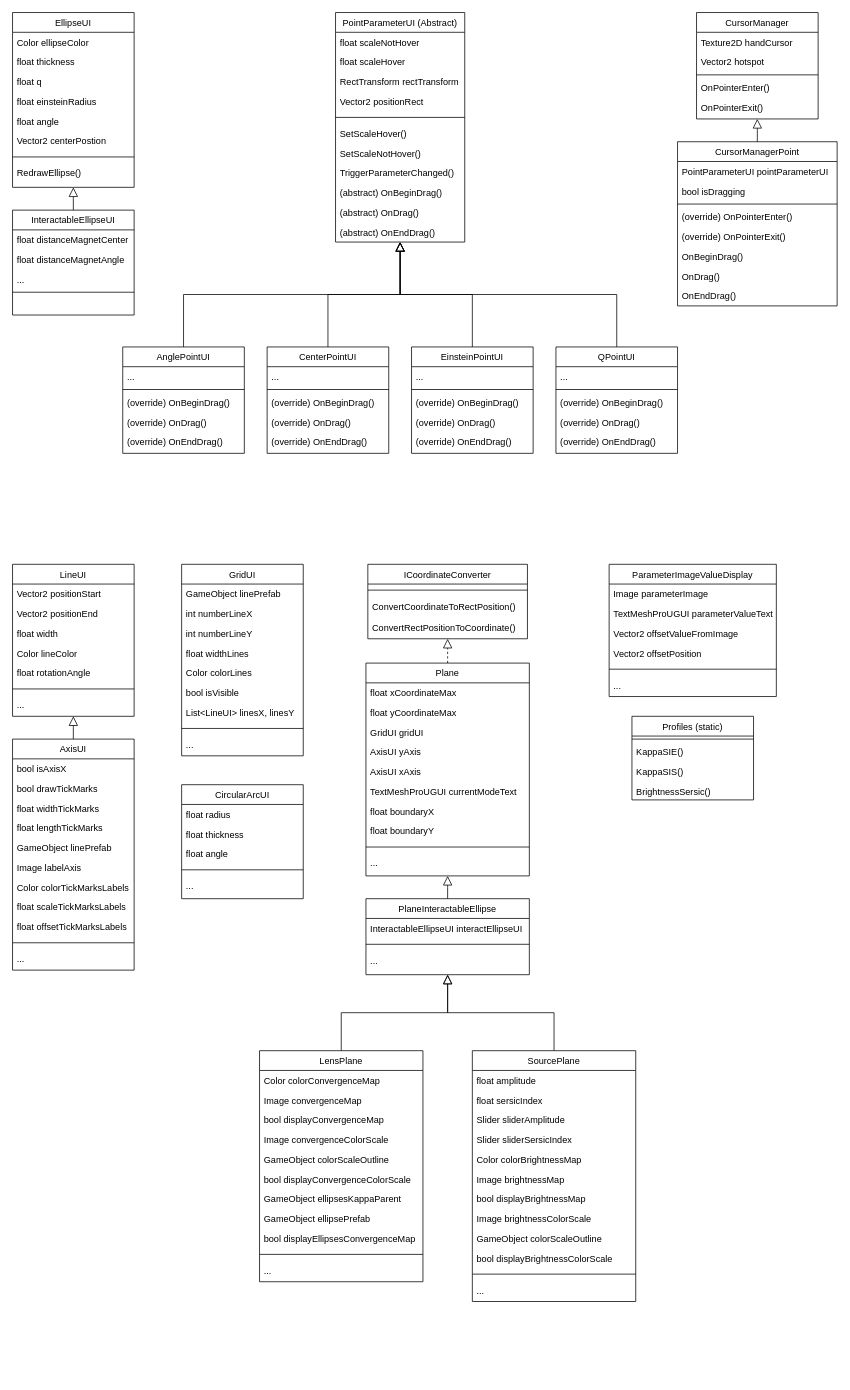
Earlier version of the draw.io diagram IGLOO_Diagram.drawio (shoutizix/DiagramIGLOO). Source tidied: cells renumbered, new cells numbered last; positions are measured from the earlier drawing's top-left corner, leaving out a move shared by most shapes. Both pictures are drawn from the tidied source at 76%, with x=0, y=0 at pixel (12, 12).
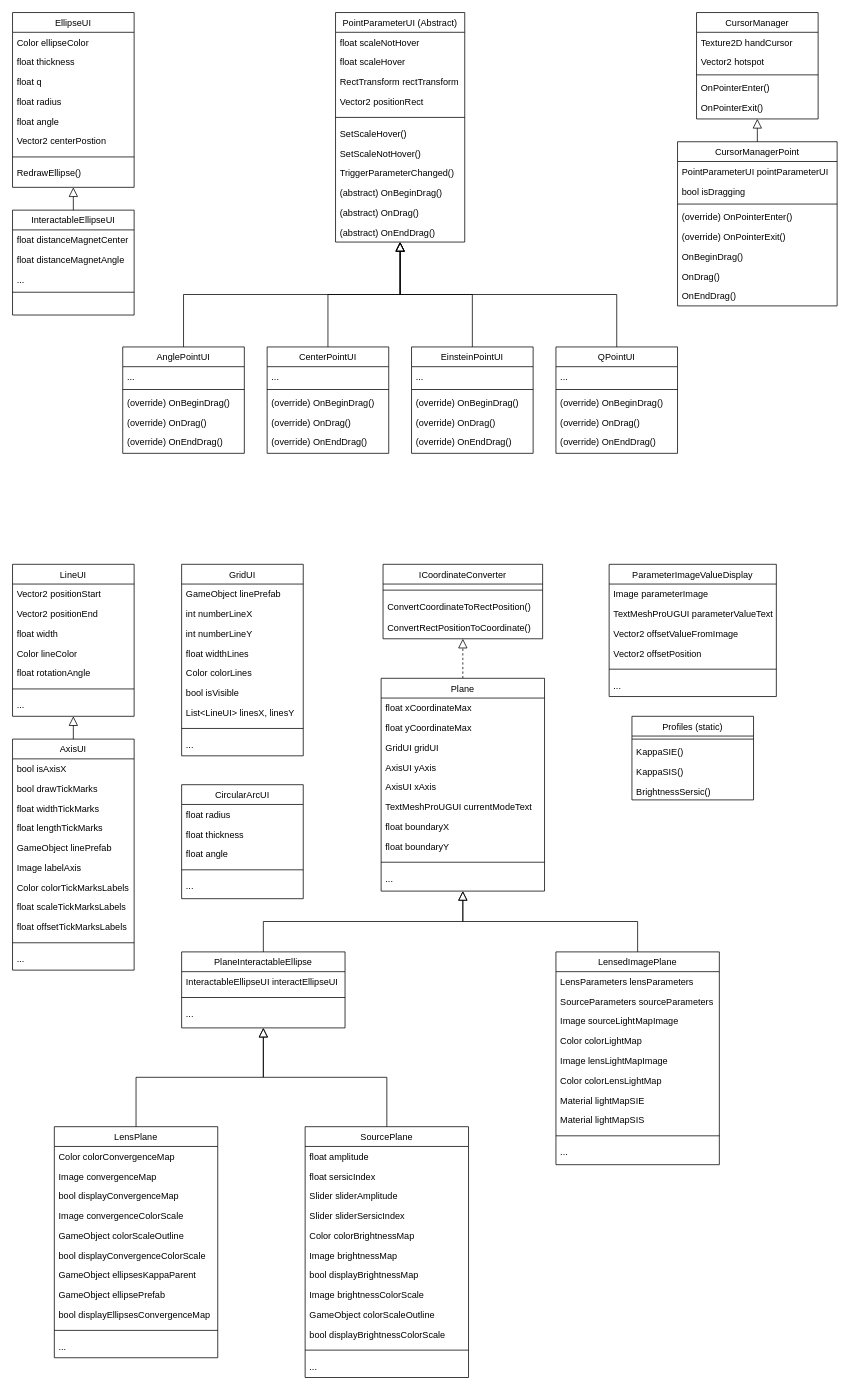
The same diagram, later.

Commit message:
Add LensedImagePlane and update some relations

Unchanged cells that the change refers to:
```xml
<mxCell id="2" value="EllipseUI" style="swimlane;fontStyle=0;align=center;verticalAlign=top;horizontal=1;startSize=26;rounded=0;shadow=0;strokeWidth=1;" parent="1" vertex="1">
  <mxGeometry width="160" height="230" as="geometry" />
</mxCell>
```

The edit, as a diff of the source:
```diff
@@
-    <mxCell id="6" value="float einsteinRadius" style="text;align=left;verticalAlign=top;spacingLeft=4;spacingRight=4;overflow=hidden;rounded=0;shadow=0;html=0;" parent="2" vertex="1">
+    <mxCell id="6" value="float radius" style="text;align=left;verticalAlign=top;spacingLeft=4;spacingRight=4;overflow=hidden;rounded=0;shadow=0;html=0;" parent="2" vertex="1">
       <mxGeometry y="104" width="160" height="26" as="geometry" />
     </mxCell>
@@
     <mxCell id="110" value="ICoordinateConverter" style="swimlane;fontStyle=0;align=center;verticalAlign=top;horizontal=1;startSize=26;rounded=0;shadow=0;strokeWidth=1;" parent="1" vertex="1">
-      <mxGeometry x="467.5" y="726" width="210" height="98" as="geometry" />
+      <mxGeometry x="487.5" y="726" width="210" height="98" as="geometry" />
     </mxCell>
@@
     <mxCell id="122" value="Plane" style="swimlane;fontStyle=0;align=center;verticalAlign=top;horizontal=1;startSize=26;rounded=0;shadow=0;strokeWidth=1;" parent="1" vertex="1">
-      <mxGeometry x="465" y="856" width="215" height="280" as="geometry" />
+      <mxGeometry x="485" y="876" width="215" height="280" as="geometry" />
     </mxCell>
@@
     <mxCell id="138" value="PlaneInteractableEllipse" style="swimlane;fontStyle=0;align=center;verticalAlign=top;horizontal=1;startSize=26;rounded=0;shadow=0;strokeWidth=1;" parent="1" vertex="1">
-      <mxGeometry x="465" y="1166" width="215" height="100" as="geometry" />
+      <mxGeometry x="222.5" y="1236" width="215" height="100" as="geometry" />
     </mxCell>
@@
     <mxCell id="143" value="SourcePlane" style="swimlane;fontStyle=0;align=center;verticalAlign=top;horizontal=1;startSize=26;rounded=0;shadow=0;strokeWidth=1;" parent="1" vertex="1">
-      <mxGeometry x="605" y="1366" width="215" height="330" as="geometry" />
+      <mxGeometry x="385" y="1466" width="215" height="330" as="geometry" />
     </mxCell>
@@
     <mxCell id="156" value="LensPlane" style="swimlane;fontStyle=0;align=center;verticalAlign=top;horizontal=1;startSize=26;rounded=0;shadow=0;strokeWidth=1;" parent="1" vertex="1">
-      <mxGeometry x="325" y="1366" width="215" height="304" as="geometry" />
+      <mxGeometry x="55" y="1466" width="215" height="304" as="geometry" />
     </mxCell>
@@
+    <mxCell id="170" value="LensedImagePlane" style="swimlane;fontStyle=0;align=center;verticalAlign=top;horizontal=1;startSize=26;rounded=0;shadow=0;strokeWidth=1;" parent="1" vertex="1">
+      <mxGeometry x="715" y="1236" width="215" height="280" as="geometry" />
+    </mxCell>
+    <mxCell id="171" value="LensParameters lensParameters" style="text;align=left;verticalAlign=top;spacingLeft=4;spacingRight=4;overflow=hidden;rounded=0;shadow=0;html=0;" parent="170" vertex="1">
+      <mxGeometry y="26" width="215" height="26" as="geometry" />
+    </mxCell>
+    <mxCell id="172" value="SourceParameters sourceParameters" style="text;align=left;verticalAlign=top;spacingLeft=4;spacingRight=4;overflow=hidden;rounded=0;shadow=0;html=0;" parent="170" vertex="1">
+      <mxGeometry y="52" width="215" height="26" as="geometry" />
+    </mxCell>
+    <mxCell id="173" value="Image sourceLightMapImage" style="text;align=left;verticalAlign=top;spacingLeft=4;spacingRight=4;overflow=hidden;rounded=0;shadow=0;html=0;" parent="170" vertex="1">
+      <mxGeometry y="78" width="215" height="26" as="geometry" />
+    </mxCell>
+    <mxCell id="174" value="Color colorLightMap" style="text;align=left;verticalAlign=top;spacingLeft=4;spacingRight=4;overflow=hidden;rounded=0;shadow=0;html=0;" parent="170" vertex="1">
+      <mxGeometry y="104" width="215" height="26" as="geometry" />
+    </mxCell>
+    <mxCell id="175" value="Image lensLightMapImage" style="text;align=left;verticalAlign=top;spacingLeft=4;spacingRight=4;overflow=hidden;rounded=0;shadow=0;html=0;" parent="170" vertex="1">
+      <mxGeometry y="130" width="215" height="26" as="geometry" />
+    </mxCell>
+    <mxCell id="176" value="Color colorLensLightMap" style="text;align=left;verticalAlign=top;spacingLeft=4;spacingRight=4;overflow=hidden;rounded=0;shadow=0;html=0;" parent="170" vertex="1">
+      <mxGeometry y="156" width="215" height="26" as="geometry" />
+    </mxCell>
+    <mxCell id="177" value="Material lightMapSIE" style="text;align=left;verticalAlign=top;spacingLeft=4;spacingRight=4;overflow=hidden;rounded=0;shadow=0;html=0;" parent="170" vertex="1">
+      <mxGeometry y="182" width="215" height="26" as="geometry" />
+    </mxCell>
+    <mxCell id="178" value="Material lightMapSIS" style="text;align=left;verticalAlign=top;spacingLeft=4;spacingRight=4;overflow=hidden;rounded=0;shadow=0;html=0;" parent="170" vertex="1">
+      <mxGeometry y="208" width="215" height="26" as="geometry" />
+    </mxCell>
+    <mxCell id="179" style="line;html=1;strokeWidth=1;align=left;verticalAlign=middle;spacingTop=-1;spacingLeft=3;spacingRight=3;labelPosition=right;" parent="170" vertex="1">
+      <mxGeometry y="234" width="215" height="16" as="geometry" />
+    </mxCell>
+    <mxCell id="180" value="..." style="text;align=left;verticalAlign=top;spacingLeft=4;spacingRight=4;overflow=hidden;" parent="170" vertex="1">
+      <mxGeometry y="250" width="215" height="28" as="geometry" />
+    </mxCell>
+    <mxCell id="181" style="edgeStyle=elbowEdgeStyle;rounded=0;jettySize=auto;html=1;endArrow=block;endFill=0;elbow=vertical;endSize=10;exitX=0.5;exitY=0;exitDx=0;exitDy=0;" parent="1" edge="1" source="170" target="122">
+      <mxGeometry relative="1" as="geometry">
+        <Array as="points">
+          <mxPoint x="775" y="1196" />
+        </Array>
+      </mxGeometry>
+    </mxCell>
```
